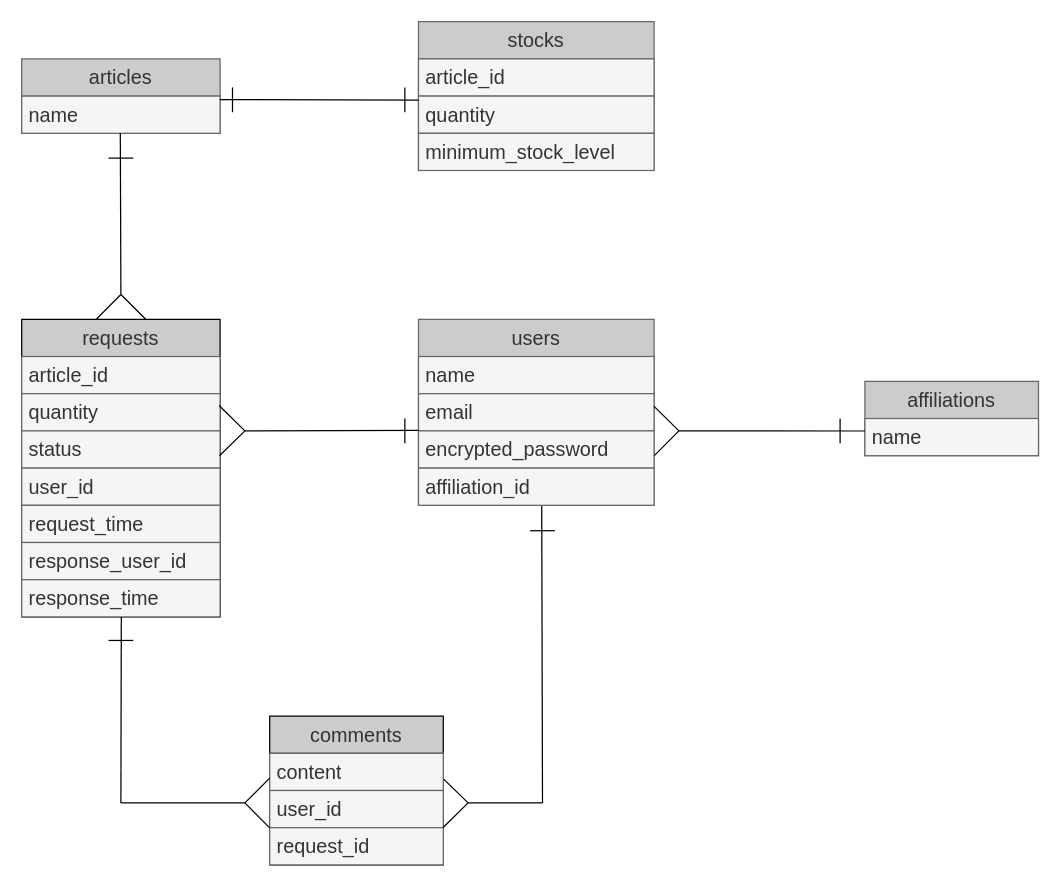
Above: oriapp.dio in Yoshidamouth/ori_app (draw.io), before the change. Source tidied: cells renumbered, new cells numbered last; positions are measured from the earlier drawing's top-left corner, leaving out a move shared by most shapes. Both pictures are drawn from the tidied source at 124%, with x=0, y=0 at pixel (21, 21).
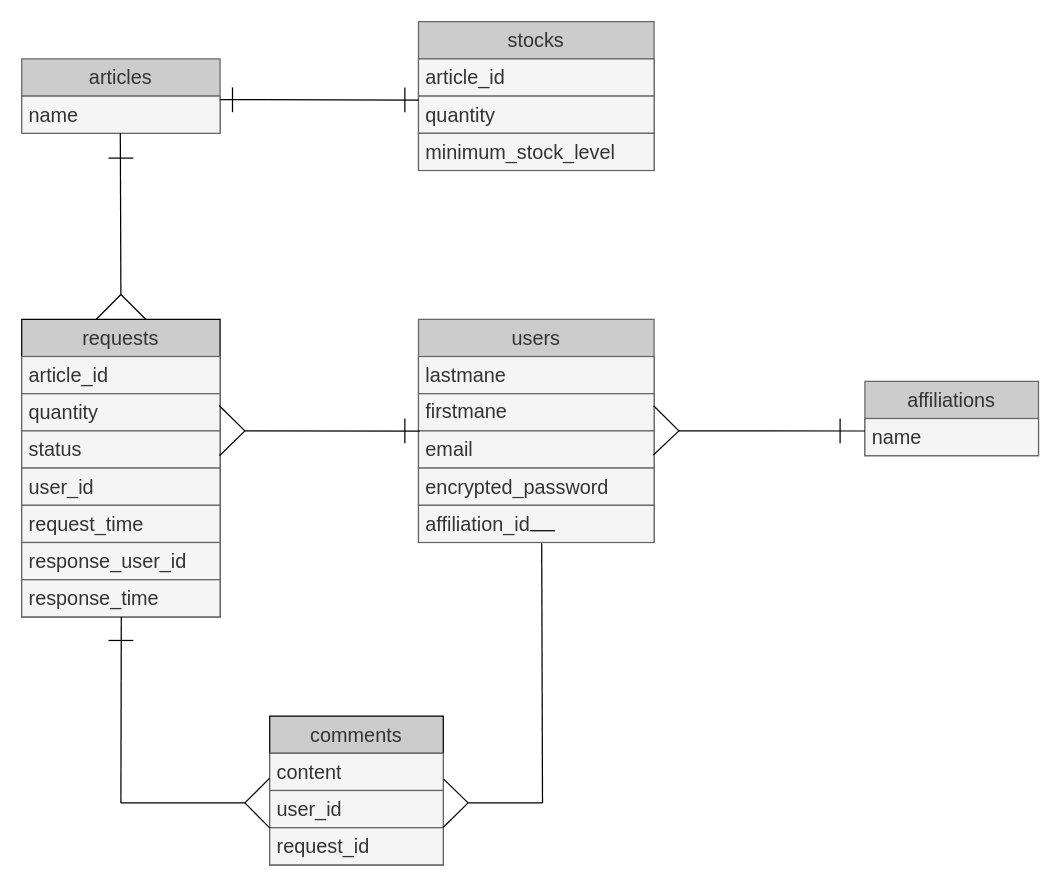
After the change.

Diff of the diagram source:
```diff
@@
     <mxCell id="10" value="&lt;span style=&quot;caret-color: rgb(0, 0, 0); font-family: -webkit-standard; font-size: medium; text-align: start;&quot;&gt;users&lt;/span&gt;" style="swimlane;fontStyle=0;horizontal=1;startSize=30;whiteSpace=wrap;html=1;fontColor=#333333;fillColor=#CCCCCC;strokeColor=#666666;" parent="1" vertex="1">
-      <mxGeometry x="320" y="240" width="190" height="150" as="geometry" />
+      <mxGeometry x="320" y="240" width="190" height="180" as="geometry" />
     </mxCell>
-    <mxCell id="11" value="&lt;span style=&quot;caret-color: rgb(0, 0, 0); font-family: -webkit-standard; font-size: medium;&quot;&gt;name&lt;span class=&quot;Apple-converted-space&quot;&gt;&amp;nbsp;&lt;/span&gt;&lt;/span&gt;" style="text;strokeColor=#666666;fillColor=#f5f5f5;align=left;verticalAlign=middle;spacingLeft=4;spacingRight=4;overflow=hidden;whiteSpace=wrap;html=1;fontColor=#333333;" parent="10" vertex="1">
+    <mxCell id="11" value="&lt;span style=&quot;color: rgb(51, 51, 51); font-family: -webkit-standard; font-size: medium; font-style: normal; font-variant-ligatures: normal; font-variant-caps: normal; font-weight: 400; letter-spacing: normal; orphans: 2; text-align: left; text-indent: 0px; text-transform: none; widows: 2; word-spacing: 0px; -webkit-text-stroke-width: 0px; caret-color: rgb(0, 0, 0); text-decoration-thickness: initial; text-decoration-style: initial; text-decoration-color: initial; float: none; display: inline !important;&quot;&gt;lastmane&lt;/span&gt;" style="text;strokeColor=#666666;fillColor=#f5f5f5;align=left;verticalAlign=middle;spacingLeft=4;spacingRight=4;overflow=hidden;whiteSpace=wrap;html=1;fontColor=#333333;labelBackgroundColor=none;" parent="10" vertex="1">
       <mxGeometry y="30" width="190" height="30" as="geometry" />
     </mxCell>
+    <mxCell id="52" value="&lt;div style=&quot;line-height: 18px;&quot;&gt;&lt;font size=&quot;3&quot; face=&quot;-webkit-standard&quot;&gt;&lt;span style=&quot;caret-color: rgb(0, 0, 0);&quot;&gt;firstmane&lt;/span&gt;&lt;/font&gt;&lt;/div&gt;" style="text;strokeColor=#666666;fillColor=#f5f5f5;align=left;verticalAlign=middle;spacingLeft=4;spacingRight=4;overflow=hidden;points=[[0,0.5],[1,0.5]];portConstraint=eastwest;whiteSpace=wrap;html=1;fontColor=#333333;labelBackgroundColor=none;" parent="10" vertex="1">
+      <mxGeometry y="60" width="190" height="30" as="geometry" />
+    </mxCell>
     <mxCell id="12" value="&lt;span style=&quot;caret-color: rgb(0, 0, 0); font-family: -webkit-standard; font-size: medium;&quot;&gt;email&lt;span class=&quot;Apple-converted-space&quot;&gt;&amp;nbsp;&lt;/span&gt;&lt;/span&gt;" style="text;strokeColor=#666666;fillColor=#f5f5f5;align=left;verticalAlign=middle;spacingLeft=4;spacingRight=4;overflow=hidden;points=[[0,0.5],[1,0.5]];portConstraint=eastwest;whiteSpace=wrap;html=1;fontColor=#333333;" parent="10" vertex="1">
-      <mxGeometry y="60" width="190" height="30" as="geometry" />
+      <mxGeometry y="90" width="190" height="30" as="geometry" />
     </mxCell>
     <mxCell id="13" value="&lt;span style=&quot;caret-color: rgb(0, 0, 0); font-family: -webkit-standard; font-size: medium;&quot;&gt;encrypted_password&lt;span class=&quot;Apple-converted-space&quot;&gt;&amp;nbsp;&lt;/span&gt;&lt;/span&gt;" style="text;strokeColor=#666666;fillColor=#f5f5f5;align=left;verticalAlign=middle;spacingLeft=4;spacingRight=4;overflow=hidden;points=[[0,0.5],[1,0.5]];portConstraint=eastwest;whiteSpace=wrap;html=1;fontColor=#333333;" parent="10" vertex="1">
-      <mxGeometry y="90" width="190" height="30" as="geometry" />
+      <mxGeometry y="120" width="190" height="30" as="geometry" />
     </mxCell>
     <mxCell id="14" value="&lt;span style=&quot;caret-color: rgb(0, 0, 0); font-family: -webkit-standard; font-size: medium;&quot;&gt;affiliation_id&lt;/span&gt;" style="text;strokeColor=#666666;fillColor=#f5f5f5;align=left;verticalAlign=middle;spacingLeft=4;spacingRight=4;overflow=hidden;points=[[0,0.5],[1,0.5]];portConstraint=eastwest;whiteSpace=wrap;html=1;fontColor=#333333;" parent="10" vertex="1">
-      <mxGeometry y="120" width="190" height="30" as="geometry" />
+      <mxGeometry y="150" width="190" height="30" as="geometry" />
     </mxCell>
@@
-    <mxCell id="34" style="endArrow=none;html=1;fontColor=default;entryX=0.001;entryY=-0.014;entryDx=0;entryDy=0;entryPerimeter=0;" parent="1" edge="1" target="13">
+    <mxCell id="34" style="endArrow=none;html=1;fontColor=default;entryX=0.005;entryY=0.006;entryDx=0;entryDy=0;entryPerimeter=0;" parent="1" edge="1" target="12">
       <mxGeometry relative="1" as="geometry">
         <mxPoint x="180" y="330" as="sourcePoint" />
       </mxGeometry>
     </mxCell>
@@
-    <mxCell id="49" style="endArrow=none;html=1;fontColor=default;exitX=1.001;exitY=0.665;exitDx=0;exitDy=0;exitPerimeter=0;" parent="1" edge="1" source="13">
+    <mxCell id="49" style="endArrow=none;html=1;fontColor=default;exitX=0.997;exitY=0.649;exitDx=0;exitDy=0;exitPerimeter=0;" parent="1" edge="1" source="12">
       <mxGeometry relative="1" as="geometry">
         <mxPoint x="530" y="330" as="targetPoint" />
       </mxGeometry>
     </mxCell>
-    <mxCell id="50" style="endArrow=none;html=1;fontColor=default;entryX=0.999;entryY=0.335;entryDx=0;entryDy=0;entryPerimeter=0;" parent="1" edge="1" target="12">
+    <mxCell id="50" style="endArrow=none;html=1;fontColor=default;entryX=0.998;entryY=0.323;entryDx=0;entryDy=0;entryPerimeter=0;" parent="1" edge="1" target="52">
       <mxGeometry relative="1" as="geometry">
         <mxPoint x="530" y="330" as="sourcePoint" />
       </mxGeometry>
     </mxCell>
```
